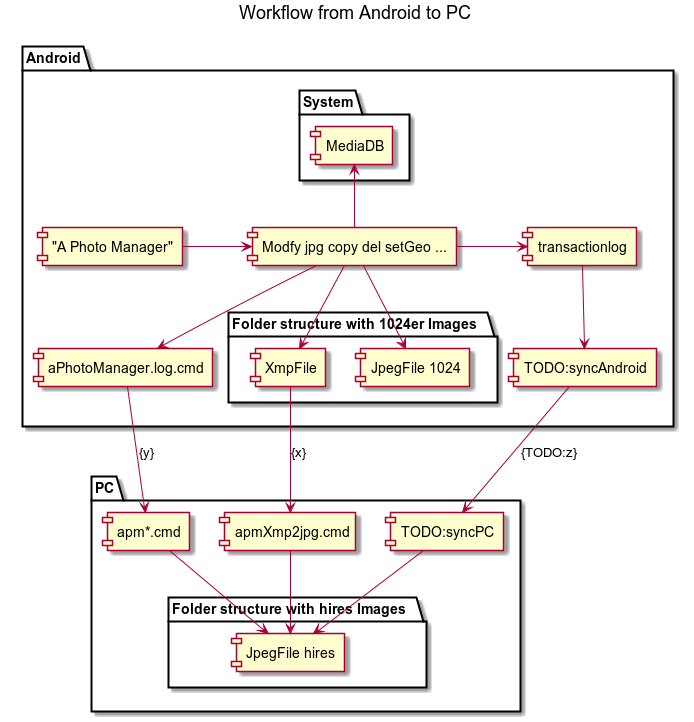
This is wiki/png/android2pc.png from k3b/APhotoManager, a PlantUML export, as it was before one commit.
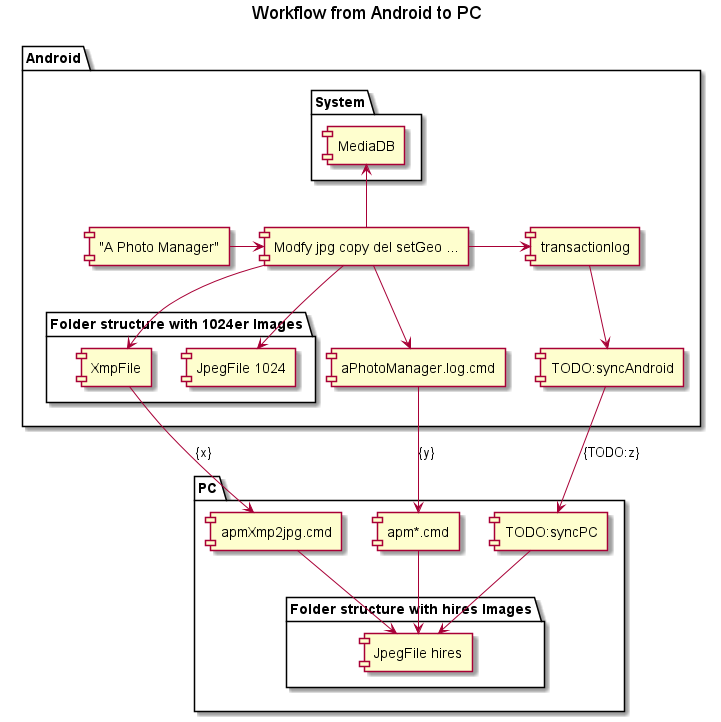
Later version of the same file.

Commit message:
DDD ubiquitous language: fixed uml diagrams

The edit, as a diff of the source:
```diff
@@ -4,9 +4,9 @@
     	package "Folder structure with hires Images" {
 	    	[JpegFile hires]
     	}
-        [apmXmp2jpg.cmd] --> [JpegFile hires]
-        [apm*.cmd] --> [JpegFile hires]
-        [TODO:syncPC] --> [JpegFile hires]
+        [apmXmp2jpg.cmd] -down-> [JpegFile hires]
+        [apm*.cmd] -down-> [JpegFile hires]
+        [TODO:syncPC] -down-> [JpegFile hires]
 	}
 	package "Android" {
     	package "Folder structure with 1024er Images" {
@@ -18,14 +18,14 @@
     		[MediaDB]
     	}
 
-  	    ["A Photo Manager"] -> [Modfy jpg copy del setGeo ...]
+  	    ["A Photo Manager"] -right-> [Modfy jpg copy del setGeo ...]
 
-  	    [Modfy jpg copy del setGeo ...] -> [transactionlog]
-  	    [transactionlog] --> [TODO:syncAndroid]
-  	    [Modfy jpg copy del setGeo ...] --> [aPhotoManager.log.cmd]
-        [MediaDB] <- [Modfy jpg copy del setGeo ...]
-        [Modfy jpg copy del setGeo ...] -> [JpegFile 1024]
-        [Modfy jpg copy del setGeo ...] -> [XmpFile]
+  	    [Modfy jpg copy del setGeo ...] -right-> [transactionlog]
+  	    [transactionlog] -down-> [TODO:syncAndroid]
+  	    [Modfy jpg copy del setGeo ...] -down-> [aPhotoManager.log.cmd]
+        [Modfy jpg copy del setGeo ...] -up-> [MediaDB]
+        [Modfy jpg copy del setGeo ...] -down-> [JpegFile 1024]
+        [Modfy jpg copy del setGeo ...] -down-> [XmpFile]
     }
 
     [aPhotoManager.log.cmd] --> [apm*.cmd] : {y}
```
